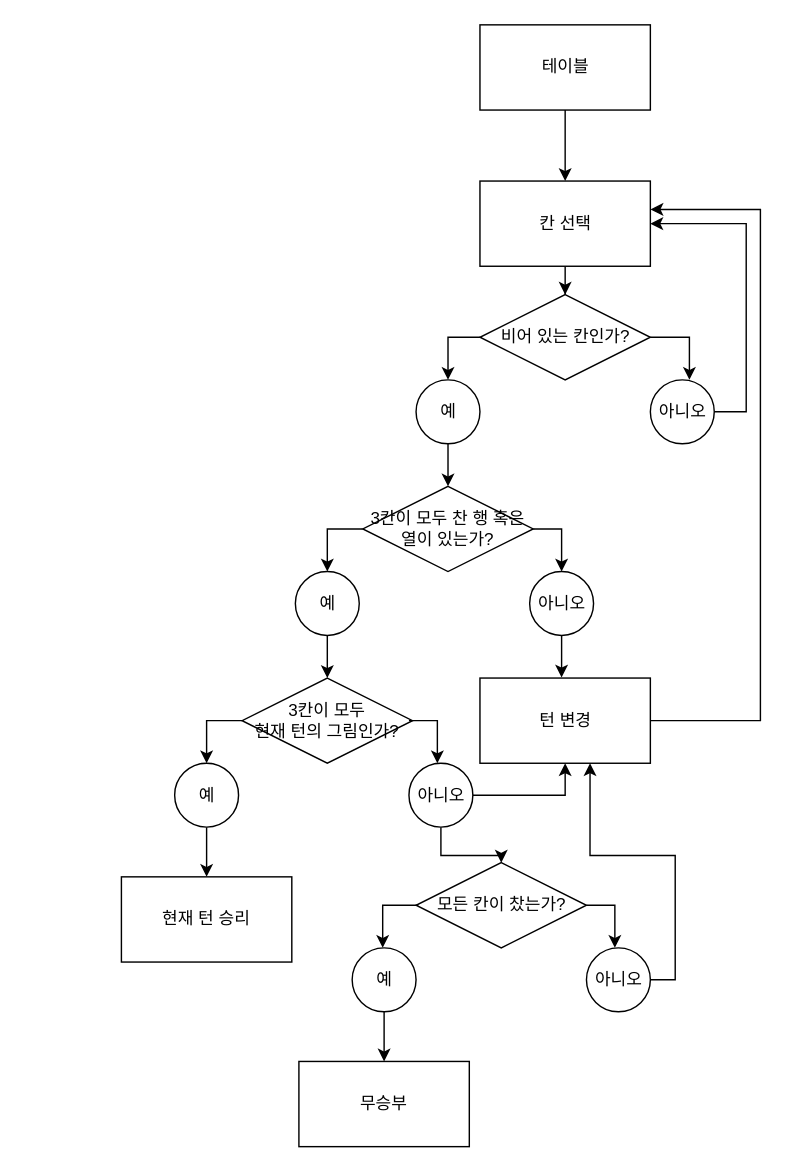
Above: 틱택토/틱택토.drawio in yjglab/js_gameAlgorithm (draw.io), before the change. Source tidied: cells renumbered, new cells numbered last; positions are measured from the earlier drawing's top-left corner, leaving out a move shared by most shapes. Both pictures are drawn from the tidied source at 142%, with x=0, y=0 at pixel (121, 24).
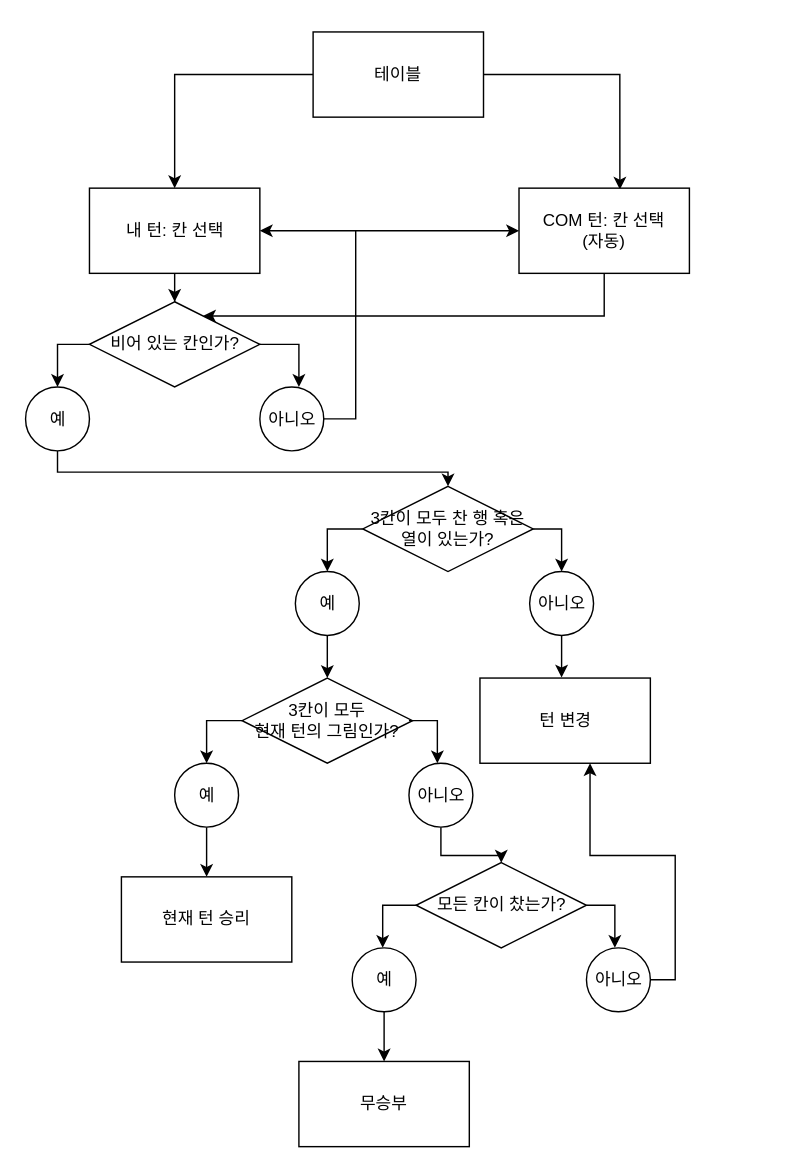
After the change.

Unchanged cells that the change refers to:
```xml
<mxCell id="15" value="3칸이 모두 찬 행 혹은 열이 있는가?" style="rhombus;whiteSpace=wrap;html=1;" parent="1" vertex="1">
  <mxGeometry x="170" y="325" width="120" height="60" as="geometry" />
</mxCell>
<mxCell id="25" value="아니오" style="ellipse;whiteSpace=wrap;html=1;" parent="1" vertex="1">
  <mxGeometry x="202.5" y="520" width="45" height="45" as="geometry" />
</mxCell>
<mxCell id="35" value="턴 변경" style="rounded=0;whiteSpace=wrap;html=1;" parent="1" vertex="1">
  <mxGeometry x="252.5" y="460" width="120" height="60" as="geometry" />
</mxCell>
```

Diff of the diagram source:
```diff
@@
+    <mxCell id="39" style="edgeStyle=orthogonalEdgeStyle;rounded=0;jettySize=auto;html=1;entryX=0.592;entryY=0.017;entryDx=0;entryDy=0;entryPerimeter=0;" parent="1" edge="1" source="3" target="41">
+      <mxGeometry relative="1" as="geometry" />
+    </mxCell>
     <mxCell id="3" value="테이블" style="rounded=0;whiteSpace=wrap;html=1;" parent="1" vertex="1">
-      <mxGeometry x="252.5" width="120" height="60" as="geometry" />
+      <mxGeometry x="135" y="5" width="120" height="60" as="geometry" />
     </mxCell>
@@
-    <mxCell id="5" value="칸 선택" style="rounded=0;whiteSpace=wrap;html=1;" parent="1" vertex="1">
-      <mxGeometry x="252.5" y="110" width="120" height="60" as="geometry" />
+    <mxCell id="5" value="내 턴: 칸 선택" style="rounded=0;whiteSpace=wrap;html=1;" parent="1" vertex="1">
+      <mxGeometry x="-22.5" y="115" width="120" height="60" as="geometry" />
     </mxCell>
     <mxCell id="6" style="edgeStyle=orthogonalEdgeStyle;rounded=0;jettySize=auto;html=1;entryX=0.611;entryY=0;entryDx=0;entryDy=0;entryPerimeter=0;" parent="1" edge="1" source="8" target="12">
       <mxGeometry relative="1" as="geometry">
         <Array as="points">
-          <mxPoint x="400" y="220" />
+          <mxPoint x="125" y="225" />
         </Array>
       </mxGeometry>
     </mxCell>
     <mxCell id="7" style="edgeStyle=orthogonalEdgeStyle;rounded=0;jettySize=auto;html=1;entryX=0.5;entryY=0;entryDx=0;entryDy=0;" parent="1" edge="1" source="8" target="10">
       <mxGeometry relative="1" as="geometry">
         <Array as="points">
-          <mxPoint x="230" y="220" />
+          <mxPoint x="-45" y="225" />
         </Array>
       </mxGeometry>
     </mxCell>
     <mxCell id="8" value="비어 있는 칸인가?" style="rhombus;whiteSpace=wrap;html=1;" parent="1" vertex="1">
-      <mxGeometry x="252.5" y="190" width="120" height="60" as="geometry" />
+      <mxGeometry x="-22.5" y="195" width="120" height="60" as="geometry" />
     </mxCell>
     <mxCell id="9" style="edgeStyle=orthogonalEdgeStyle;rounded=0;jettySize=auto;html=1;" parent="1" edge="1" source="10" target="15">
-      <mxGeometry relative="1" as="geometry" />
+      <mxGeometry relative="1" as="geometry">
+        <Array as="points">
+          <mxPoint x="-45" y="315" />
+          <mxPoint x="230" y="315" />
+        </Array>
+      </mxGeometry>
     </mxCell>
     <mxCell id="10" value="예" style="ellipse;whiteSpace=wrap;html=1;" parent="1" vertex="1">
-      <mxGeometry x="207.5" y="250" width="45" height="45" as="geometry" />
+      <mxGeometry x="-67.5" y="255" width="45" height="45" as="geometry" />
     </mxCell>
     <mxCell id="11" style="edgeStyle=orthogonalEdgeStyle;rounded=0;jettySize=auto;html=1;entryX=1;entryY=0.5;entryDx=0;entryDy=0;" parent="1" edge="1" source="12" target="5">
       <mxGeometry relative="1" as="geometry">
         <Array as="points">
-          <mxPoint x="440" y="273" />
-          <mxPoint x="440" y="140" />
+          <mxPoint x="165" y="278" />
+          <mxPoint x="165" y="145" />
         </Array>
       </mxGeometry>
     </mxCell>
     <mxCell id="12" value="아니오" style="ellipse;whiteSpace=wrap;html=1;" parent="1" vertex="1">
-      <mxGeometry x="372.5" y="250" width="45" height="45" as="geometry" />
+      <mxGeometry x="97.5" y="255" width="45" height="45" as="geometry" />
     </mxCell>
@@
-    <mxCell id="23" style="edgeStyle=orthogonalEdgeStyle;rounded=0;jettySize=auto;html=1;entryX=0.5;entryY=1;entryDx=0;entryDy=0;" parent="1" edge="1" source="25" target="35">
-      <mxGeometry relative="1" as="geometry" />
-    </mxCell>
@@
-    <mxCell id="34" style="edgeStyle=orthogonalEdgeStyle;rounded=0;jettySize=auto;html=1;entryX=1.001;entryY=0.333;entryDx=0;entryDy=0;entryPerimeter=0;" parent="1" edge="1" source="35" target="5">
-      <mxGeometry relative="1" as="geometry">
-        <Array as="points">
-          <mxPoint x="450" y="490" />
-          <mxPoint x="450" y="130" />
-        </Array>
-      </mxGeometry>
-    </mxCell>
@@
+    <mxCell id="40" style="edgeStyle=orthogonalEdgeStyle;rounded=0;jettySize=auto;html=1;" parent="1" edge="1" source="41" target="8">
+      <mxGeometry relative="1" as="geometry">
+        <Array as="points">
+          <mxPoint x="340" y="205" />
+        </Array>
+      </mxGeometry>
+    </mxCell>
+    <mxCell id="41" value="COM 턴: 칸 선택&lt;br&gt;(자동)" style="rounded=0;whiteSpace=wrap;html=1;" parent="1" vertex="1">
+      <mxGeometry x="280" y="115" width="120" height="60" as="geometry" />
+    </mxCell>
+    <mxCell id="42" style="endArrow=classic;html=1;rounded=0;entryX=0;entryY=0.5;entryDx=0;entryDy=0;" parent="1" edge="1" target="41">
+      <mxGeometry relative="1" as="geometry">
+        <mxPoint x="165" y="145" as="sourcePoint" />
+      </mxGeometry>
+    </mxCell>
```
